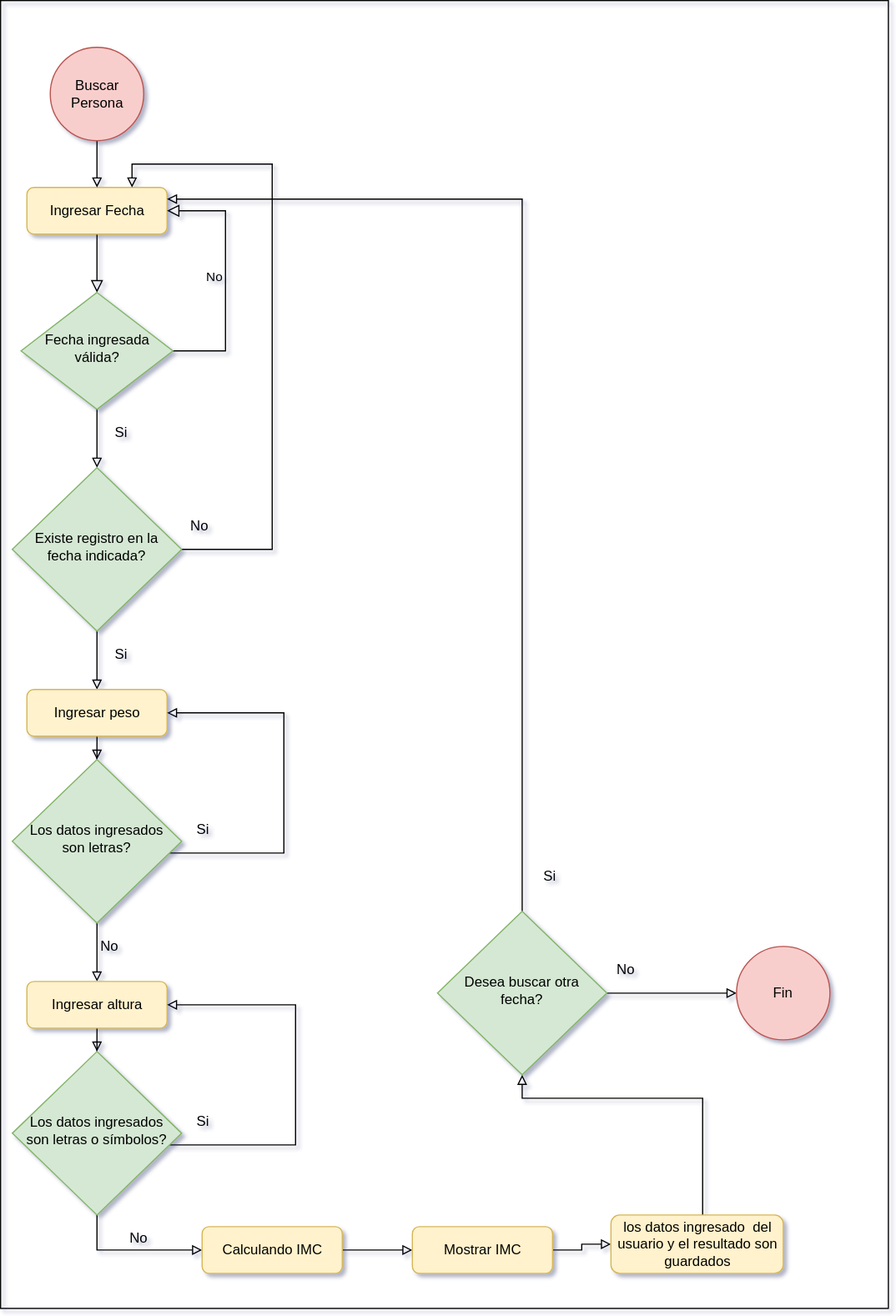
The draw.io diagram Diagramas/DiagFlujoBuscarPersona.svg in MaxIbanez/Taller1P1_MI_JC, before a commit. Source tidied: cells renumbered, new cells last; positions are measured from the earlier drawing's top-left corner, leaving out a move shared by most shapes.
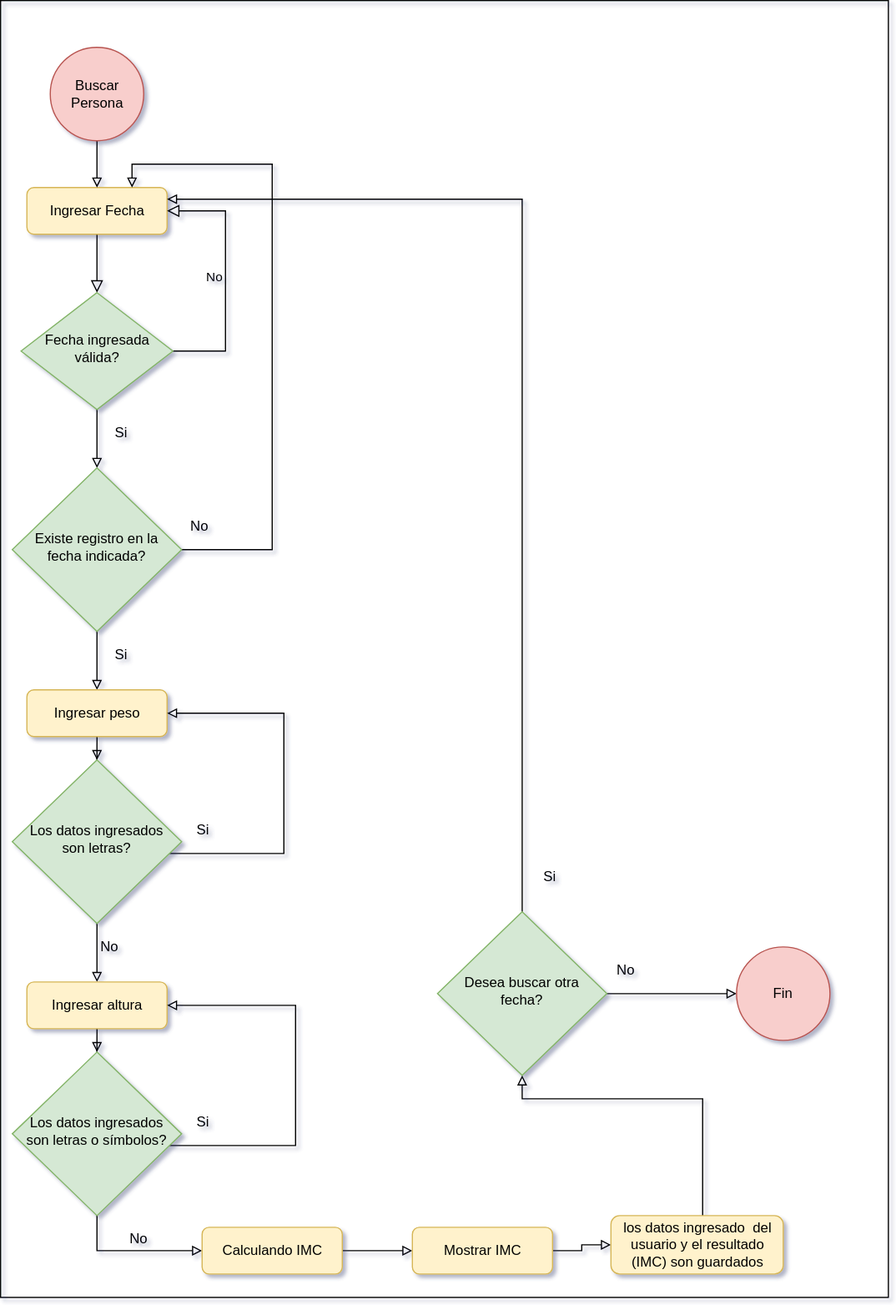
The same diagram one commit later.

The edit, as a diff of the source:
```diff
@@ -122,7 +122,7 @@
         </Array>
       </mxGeometry>
     </mxCell>
-    <mxCell id="32" value="los datos ingresado&amp;nbsp; del usuario y el resultado son guardados" style="rounded=1;whiteSpace=wrap;html=1;fontSize=12;glass=0;strokeWidth=1;shadow=0;fillColor=#fff2cc;strokeColor=#d6b656;" parent="1" vertex="1">
+    <mxCell id="32" value="los datos ingresado&amp;nbsp; del usuario y el resultado (IMC) son guardados" style="rounded=1;whiteSpace=wrap;html=1;fontSize=12;glass=0;strokeWidth=1;shadow=0;fillColor=#fff2cc;strokeColor=#d6b656;" parent="1" vertex="1">
       <mxGeometry x="522.5" y="1040" width="147.5" height="50" as="geometry" />
     </mxCell>
     <mxCell id="33" style="edgeStyle=orthogonalEdgeStyle;rounded=0;jettySize=auto;html=1;endArrow=block;endFill=0;" parent="1" edge="1" source="34" target="3">
@@ -154,7 +154,7 @@
       <mxGeometry x="520" y="820" width="30" height="20" as="geometry" />
     </mxCell>
     <mxCell id="41" style="rounded=0;whiteSpace=wrap;html=1;fillColor=none;" parent="1" vertex="1">
-      <mxGeometry width="760" height="1120" as="geometry" />
+      <mxGeometry width="760" height="1110" as="geometry" />
     </mxCell>
   </root>
 </mxGraphModel>
```
